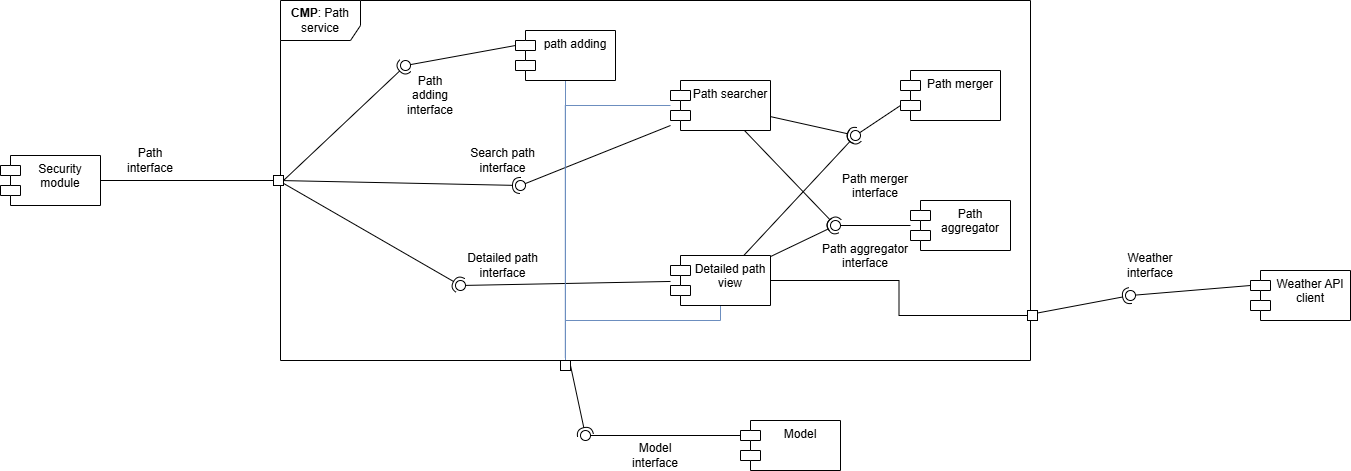
Before: DD/LaTeXCode/images/componentDiagrams/Component_diagram-path_detailed_view.drawio.png, a diagram exported from draw.io (jacopobellosi/Bellosi-Montanelli-Tempobono). Source tidied: cells renumbered, new cells last; positions are measured from the earlier drawing's top-left corner, leaving out a move shared by most shapes.
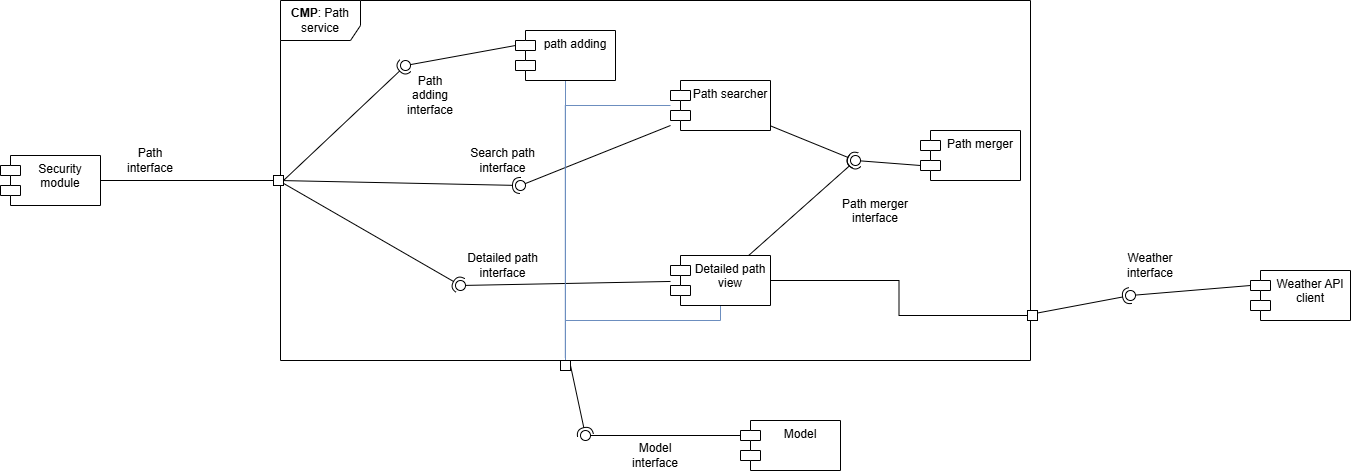
The same diagram one commit later.

What changed in the source:
```diff
@@ -26,11 +26,8 @@
       <mxGeometry x="670" y="255" width="100" height="50" as="geometry" />
     </mxCell>
     <mxCell id="8" value="Path merger" style="shape=module;align=left;spacingLeft=20;align=center;verticalAlign=top;whiteSpace=wrap;html=1;" parent="1" vertex="1">
-      <mxGeometry x="900" y="70" width="100" height="50" as="geometry" />
+      <mxGeometry x="920" y="130" width="100" height="50" as="geometry" />
     </mxCell>
-    <mxCell id="9" value="Path aggregator" style="shape=module;align=left;spacingLeft=20;align=center;verticalAlign=top;whiteSpace=wrap;html=1;" parent="1" vertex="1">
-      <mxGeometry x="910" y="200" width="100" height="50" as="geometry" />
-    </mxCell>
     <mxCell id="10" style="edgeStyle=orthogonalEdgeStyle;rounded=0;jettySize=auto;html=1;entryX=0;entryY=0.5;entryDx=0;entryDy=0;endArrow=none;endFill=0;" parent="1" edge="1" source="11" target="13">
       <mxGeometry relative="1" as="geometry" />
     </mxCell>
@@ -68,11 +65,8 @@
       <mxGeometry relative="1" as="geometry" />
     </mxCell>
     <mxCell id="22" style="ellipse;whiteSpace=wrap;html=1;align=center;fillColor=none;strokeColor=none;perimeter=centerPerimeter;points=[];outlineConnect=1;" parent="1" vertex="1">
-      <mxGeometry x="850" y="130" width="10" height="10" as="geometry" />
+      <mxGeometry x="850" y="155" width="10" height="10" as="geometry" />
     </mxCell>
-    <mxCell id="23" style="rounded=0;jettySize=auto;html=1;endArrow=halfCircle;endFill=0;endSize=6;strokeWidth=1;sketch=0;entryX=0.529;entryY=0.033;entryDx=0;entryDy=0;entryPerimeter=0;" parent="1" edge="1" source="5" target="30">
-      <mxGeometry relative="1" as="geometry" />
-    </mxCell>
     <mxCell id="24" style="ellipse;whiteSpace=wrap;html=1;align=center;fillColor=none;strokeColor=none;perimeter=centerPerimeter;" parent="1" vertex="1">
       <mxGeometry x="740" y="230" width="10" height="10" as="geometry" />
     </mxCell>
@@ -85,15 +79,6 @@
     <mxCell id="27" style="ellipse;whiteSpace=wrap;html=1;align=center;fillColor=none;strokeColor=none;perimeter=centerPerimeter;points=[];outlineConnect=1;" parent="1" vertex="1">
       <mxGeometry x="455" y="280" width="10" height="10" as="geometry" />
     </mxCell>
-    <mxCell id="28" style="rounded=0;jettySize=auto;html=1;endArrow=halfCircle;endFill=0;endSize=6;strokeWidth=1;sketch=0;" parent="1" edge="1" source="7" target="30">
-      <mxGeometry relative="1" as="geometry" />
-    </mxCell>
-    <mxCell id="29" style="rounded=0;jettySize=auto;html=1;endArrow=oval;endFill=0;sketch=0;sourcePerimeterSpacing=0;targetPerimeterSpacing=0;endSize=10;" parent="1" edge="1" source="9" target="30">
-      <mxGeometry relative="1" as="geometry" />
-    </mxCell>
-    <mxCell id="30" style="ellipse;whiteSpace=wrap;html=1;align=center;fillColor=none;strokeColor=none;perimeter=centerPerimeter;points=[];outlineConnect=1;" parent="1" vertex="1">
-      <mxGeometry x="830" y="220" width="10" height="10" as="geometry" />
-    </mxCell>
     <mxCell id="31" style="rounded=0;jettySize=auto;html=1;endArrow=halfCircle;endFill=0;endSize=6;strokeWidth=1;sketch=0;fillColor=#ffe6cc;strokeColor=#000000;entryX=0.1;entryY=0.176;entryDx=0;entryDy=0;entryPerimeter=0;" parent="1" edge="1" source="7" target="22">
       <mxGeometry relative="1" as="geometry" />
     </mxCell>
@@ -149,11 +134,8 @@
       <mxGeometry x="465" y="250" width="75" height="30" as="geometry" />
     </mxCell>
     <mxCell id="49" value="&lt;div style=&quot;text-align: center;&quot;&gt;Path merger&lt;br&gt;interface&lt;/div&gt;" style="text;whiteSpace=wrap;html=1;" parent="1" vertex="1">
-      <mxGeometry x="840" y="165" width="80" height="40" as="geometry" />
+      <mxGeometry x="840" y="190" width="80" height="40" as="geometry" />
     </mxCell>
-    <mxCell id="50" value="&lt;div style=&quot;text-align: center;&quot;&gt;Path aggregator&lt;br&gt;interface&lt;/div&gt;" style="text;whiteSpace=wrap;html=1;" parent="1" vertex="1">
-      <mxGeometry x="820" y="235" width="100" height="40" as="geometry" />
-    </mxCell>
     <mxCell id="51" value="Model&lt;br&gt;interface" style="text;html=1;whiteSpace=wrap;strokeColor=none;fillColor=none;align=center;verticalAlign=middle;rounded=0;" parent="1" vertex="1">
       <mxGeometry x="625" y="440" width="60" height="30" as="geometry" />
     </mxCell>
```
